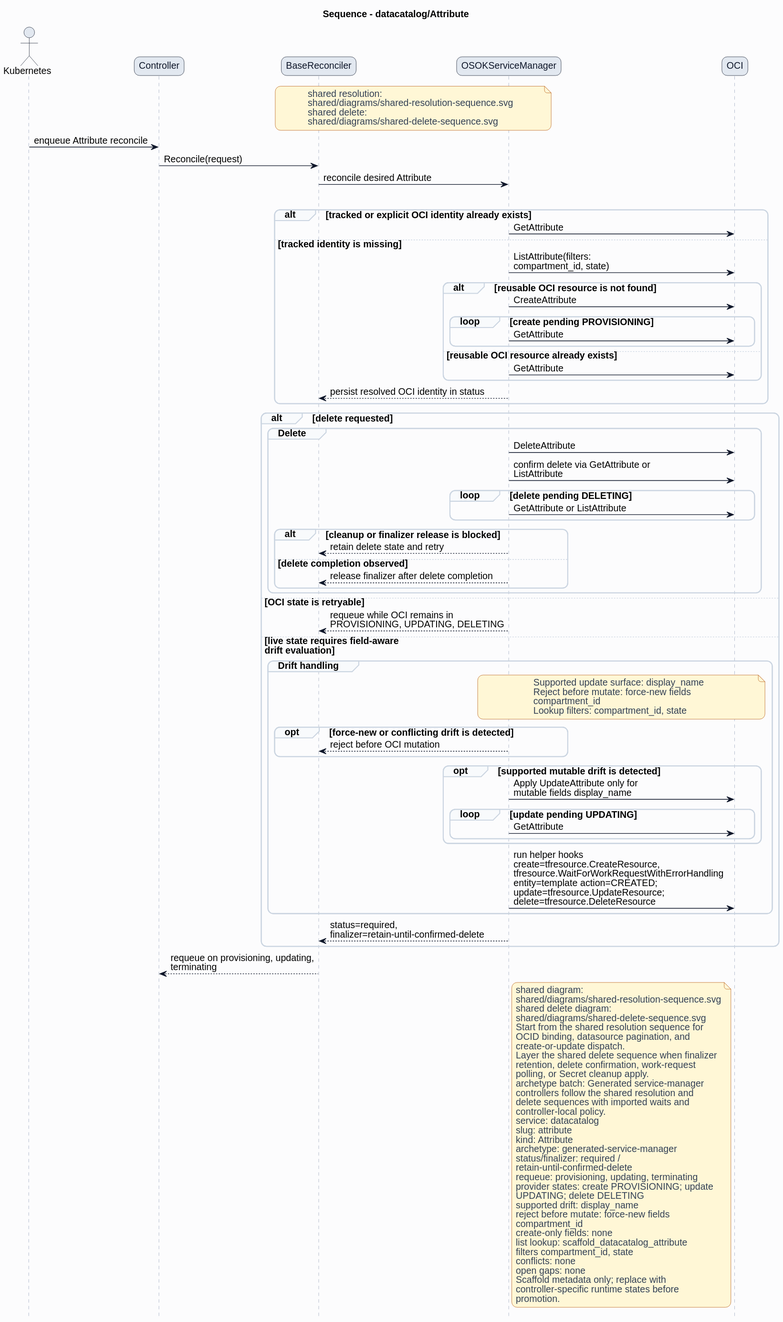
The PlantUML diagram formal/controllers/datacatalog/attribute/diagrams/sequence.svg in HaoyL666/oci-service-operator, before a commit.
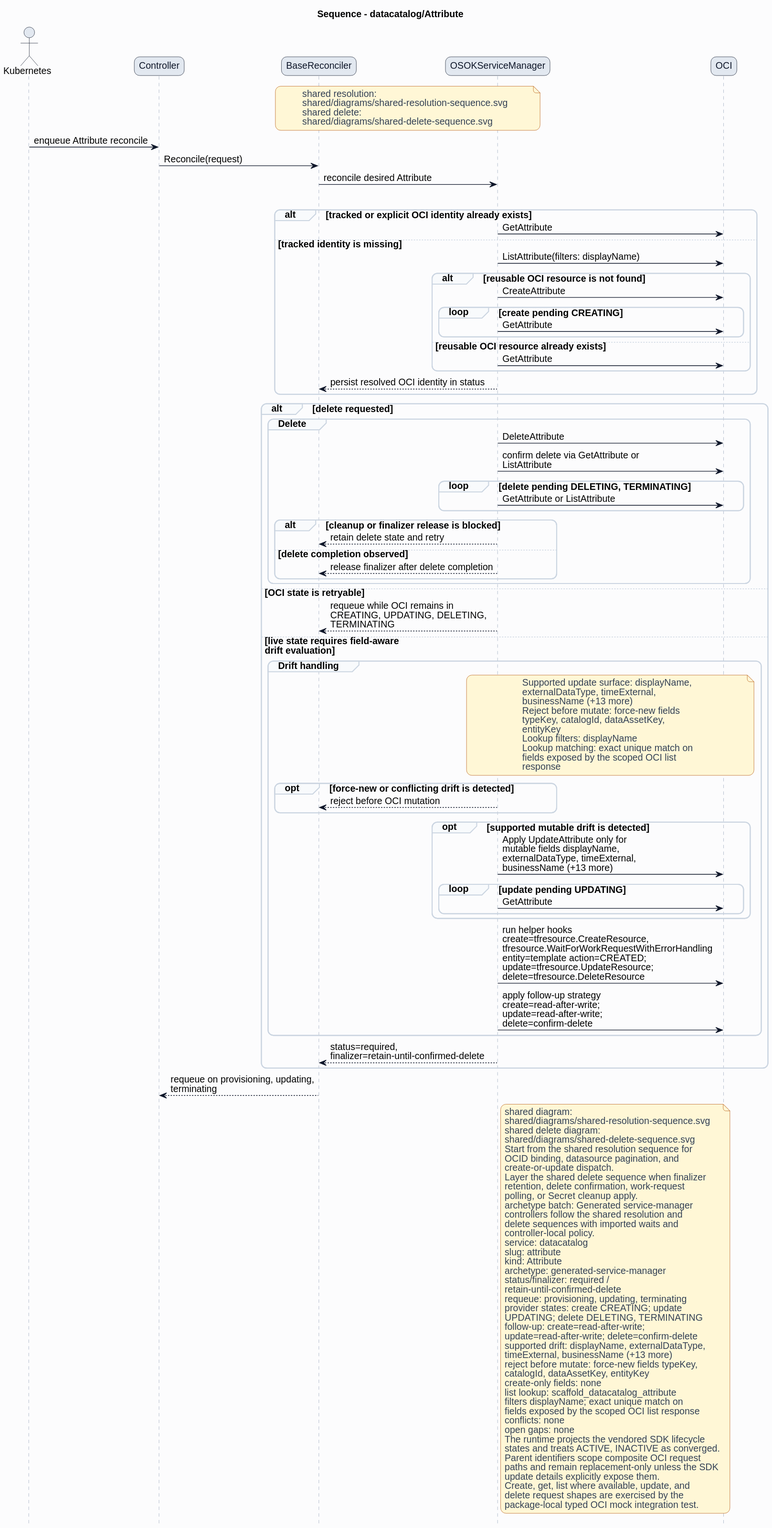
Above is the later version.

The edit, as a diff of the source:
```diff
@@ -38,10 +38,10 @@
 alt tracked or explicit OCI identity already exists
 ServiceManager -> OCI: GetAttribute
 else tracked identity is missing
-ServiceManager -> OCI: ListAttribute(filters:\ncompartment_id, state)
+ServiceManager -> OCI: ListAttribute(filters: displayName)
 alt reusable OCI resource is not found
 ServiceManager -> OCI: CreateAttribute
-loop create pending PROVISIONING
+loop create pending CREATING
 ServiceManager -> OCI: GetAttribute
 end
 else reusable OCI resource already exists
@@ -53,7 +53,7 @@
 group Delete
 ServiceManager -> OCI: DeleteAttribute
 ServiceManager -> OCI: confirm delete via GetAttribute or\nListAttribute
-loop delete pending DELETING
+loop delete pending DELETING, TERMINATING
 ServiceManager -> OCI: GetAttribute or ListAttribute
 end
 alt cleanup or finalizer release is blocked
@@ -63,25 +63,32 @@
 end
 end
 else OCI state is retryable
-ServiceManager --> BaseReconciler: requeue while OCI remains in\nPROVISIONING, UPDATING, DELETING
+ServiceManager --> BaseReconciler: requeue while OCI remains in\nCREATING, UPDATING, DELETING,\nTERMINATING
 else live state requires field-aware\ndrift evaluation
 group Drift handling
 note over ServiceManager,OCI
-Supported update surface: display_name
+Supported update surface: displayName,
+externalDataType, timeExternal,
+businessName (+13 more)
 Reject before mutate: force-new fields
-compartment_id
-Lookup filters: compartment_id, state
+typeKey, catalogId, dataAssetKey,
+entityKey
+Lookup filters: displayName
+Lookup matching: exact unique match on
+fields exposed by the scoped OCI list
+response
 end note
 opt force-new or conflicting drift is detected
 ServiceManager --> BaseReconciler: reject before OCI mutation
 end
 opt supported mutable drift is detected
-ServiceManager -> OCI: Apply UpdateAttribute only for\nmutable fields display_name
+ServiceManager -> OCI: Apply UpdateAttribute only for\nmutable fields displayName,\nexternalDataType, timeExternal,\nbusinessName (+13 more)
 loop update pending UPDATING
 ServiceManager -> OCI: GetAttribute
 end
 end
 ServiceManager -> OCI: run helper hooks\ncreate=tfresource.CreateResource,\ntfresource.WaitForWorkRequestWithErrorHandling\nentity=template action=CREATED;\nupdate=tfresource.UpdateResource;\ndelete=tfresource.DeleteResource
+ServiceManager -> OCI: apply follow-up strategy\ncreate=read-after-write;\nupdate=read-after-write;\ndelete=confirm-delete
 end
 ServiceManager --> BaseReconciler: status=required,\nfinalizer=retain-until-confirmed-delete
 end
@@ -108,18 +115,27 @@
 status/finalizer: required /
 retain-until-confirmed-delete
 requeue: provisioning, updating, terminating
-provider states: create PROVISIONING; update
-UPDATING; delete DELETING
-supported drift: display_name
-reject before mutate: force-new fields
-compartment_id
+provider states: create CREATING; update
+UPDATING; delete DELETING, TERMINATING
+follow-up: create=read-after-write;
+update=read-after-write; delete=confirm-delete
+supported drift: displayName, externalDataType,
+timeExternal, businessName (+13 more)
+reject before mutate: force-new fields typeKey,
+catalogId, dataAssetKey, entityKey
 create-only fields: none
 list lookup: scaffold_datacatalog_attribute
-filters compartment_id, state
+filters displayName; exact unique match on
+fields exposed by the scoped OCI list response
 conflicts: none
 open gaps: none
-Scaffold metadata only; replace with
-controller-specific runtime states before
-promotion.
+The runtime projects the vendored SDK lifecycle
+states and treats ACTIVE, INACTIVE as converged.
+Parent identifiers scope composite OCI request
+paths and remain replacement-only unless the SDK
+update details explicitly expose them.
+Create, get, list where available, update, and
+delete request shapes are exercised by the
+package-local typed OCI mock integration test.
 end note
 @enduml
```
